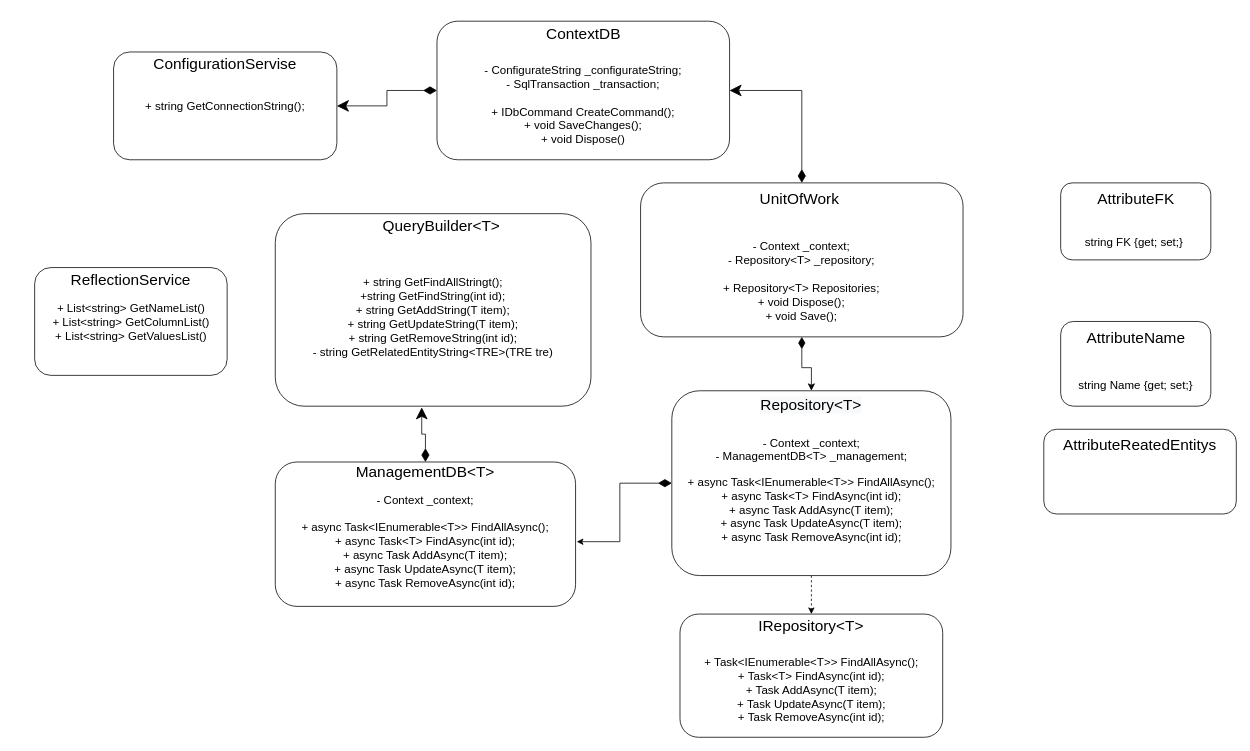
This is page "Page-1" (1 of 3) of Untitled Diagram.drawio from kra5alllez/website, a draw.io file, before an edit. Source tidied: cells renumbered, new cells numbered last; positions are measured from the earlier drawing's top-left corner, leaving out a move shared by most shapes. Both pictures are drawn from the tidied source at 77%, with x=0, y=0 at pixel (35, 13).
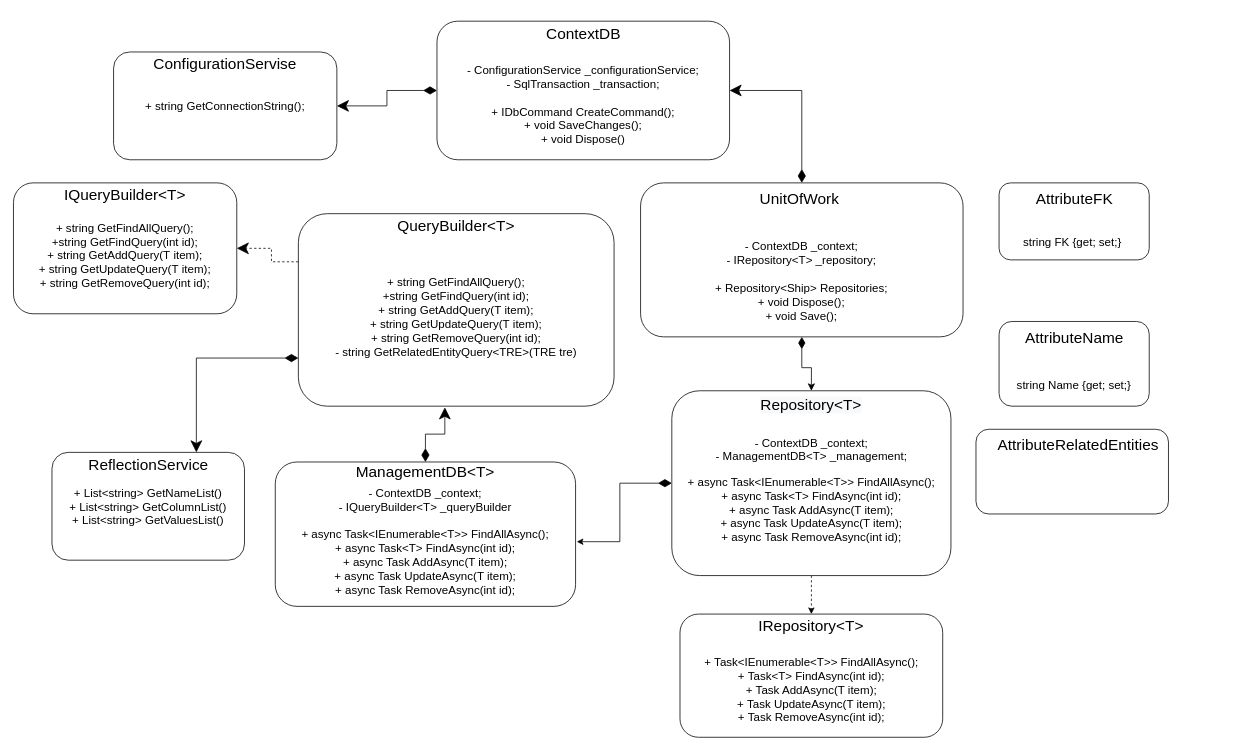
After the change.

The edit, as a diff of the source:
```diff
@@
-    <mxCell id="4" value="&lt;font style=&quot;font-size: 15px&quot;&gt;&lt;font style=&quot;font-size: 15px&quot;&gt;&lt;br&gt;&lt;br&gt;&lt;br&gt;- Context _context;&lt;br&gt;- Repository&amp;lt;T&amp;gt; _repository;&lt;br&gt;&lt;/font&gt;&lt;font style=&quot;font-size: 15px&quot;&gt;&lt;br&gt;+ Repository&amp;lt;T&amp;gt; Repositories;&lt;br&gt;&lt;/font&gt;&lt;/font&gt;&lt;span style=&quot;font-size: 15px&quot;&gt;+ void Dispose();&lt;br&gt;+ void Save();&lt;br&gt;&lt;/span&gt;" style="rounded=1;whiteSpace=wrap;html=1;" parent="1" vertex="1">
+    <mxCell id="4" value="&lt;font style=&quot;font-size: 15px&quot;&gt;&lt;font style=&quot;font-size: 15px&quot;&gt;&lt;br&gt;&lt;br&gt;&lt;br&gt;- ContextDB _context;&lt;br&gt;- IRepository&amp;lt;T&amp;gt; _repository;&lt;br&gt;&lt;/font&gt;&lt;font style=&quot;font-size: 15px&quot;&gt;&lt;br&gt;+ Repository&amp;lt;Ship&amp;gt; Repositories;&lt;br&gt;&lt;/font&gt;&lt;/font&gt;&lt;span style=&quot;font-size: 15px&quot;&gt;+ void Dispose();&lt;br&gt;+ void Save();&lt;br&gt;&lt;/span&gt;" style="rounded=1;whiteSpace=wrap;html=1;" parent="1" vertex="1">
       <mxGeometry x="786.4" y="220" width="418.8" height="200" as="geometry" />
     </mxCell>
@@
+    <mxCell id="30" style="edgeStyle=orthogonalEdgeStyle;rounded=0;jettySize=auto;html=1;exitX=0;exitY=0.75;exitDx=0;exitDy=0;entryX=0.75;entryY=0;entryDx=0;entryDy=0;startArrow=diamondThin;startFill=1;endArrow=classic;endFill=1;startSize=15;endSize=13;" parent="1" edge="1" source="8" target="23">
+      <mxGeometry relative="1" as="geometry" />
+    </mxCell>
+    <mxCell id="31" style="edgeStyle=orthogonalEdgeStyle;rounded=0;jettySize=auto;html=1;exitX=0;exitY=0.25;exitDx=0;exitDy=0;entryX=1;entryY=0.5;entryDx=0;entryDy=0;startArrow=none;startFill=0;endArrow=classic;endFill=1;startSize=15;endSize=13;dashed=1;" parent="1" edge="1" source="8" target="32">
+      <mxGeometry relative="1" as="geometry" />
+    </mxCell>
-    <mxCell id="8" value="&lt;span style=&quot;font-size: 15px&quot;&gt;&lt;br&gt;+ string GetFindAllStringt();&lt;/span&gt;&lt;br style=&quot;font-size: 15px&quot;&gt;&lt;span style=&quot;font-size: 15px&quot;&gt;+string&lt;/span&gt;&lt;span style=&quot;font-size: 15px&quot;&gt;&amp;nbsp;GetFindString(int id);&lt;/span&gt;&lt;br style=&quot;font-size: 15px&quot;&gt;&lt;span style=&quot;font-size: 15px&quot;&gt;+ string GetAddString(&lt;/span&gt;&lt;span style=&quot;font-size: 15px&quot;&gt;T&lt;/span&gt;&lt;span style=&quot;font-size: 15px&quot;&gt;&amp;nbsp;item);&lt;/span&gt;&lt;br style=&quot;font-size: 15px&quot;&gt;&lt;span style=&quot;font-size: 15px&quot;&gt;+ string GetUpdateString(&lt;/span&gt;&lt;span style=&quot;font-size: 15px&quot;&gt;T&lt;/span&gt;&lt;span style=&quot;font-size: 15px&quot;&gt;&amp;nbsp;item);&lt;/span&gt;&lt;br style=&quot;font-size: 15px&quot;&gt;&lt;span style=&quot;font-size: 15px&quot;&gt;+ string GetRemoveString(int id);&lt;br&gt;- string GetRelatedEntityString&amp;lt;TRE&amp;gt;(TRE tre&lt;/span&gt;&lt;span style=&quot;font-size: 15px&quot;&gt;)&lt;br&gt;&lt;/span&gt;" style="rounded=1;whiteSpace=wrap;html=1;" parent="1" vertex="1">
-      <mxGeometry x="312" y="260" width="410" height="250" as="geometry" />
+    <mxCell id="8" value="&lt;span style=&quot;font-size: 15px&quot;&gt;&lt;br&gt;+ string GetFindAllQuery();&lt;/span&gt;&lt;br style=&quot;font-size: 15px&quot;&gt;&lt;span style=&quot;font-size: 15px&quot;&gt;+string&lt;/span&gt;&lt;span style=&quot;font-size: 15px&quot;&gt;&amp;nbsp;GetFind&lt;/span&gt;&lt;span style=&quot;font-size: 15px&quot;&gt;Query&lt;/span&gt;&lt;span style=&quot;font-size: 15px&quot;&gt;(int id);&lt;/span&gt;&lt;br style=&quot;font-size: 15px&quot;&gt;&lt;span style=&quot;font-size: 15px&quot;&gt;+ string GetAdd&lt;/span&gt;&lt;span style=&quot;font-size: 15px&quot;&gt;Query&lt;/span&gt;&lt;span style=&quot;font-size: 15px&quot;&gt;(&lt;/span&gt;&lt;span style=&quot;font-size: 15px&quot;&gt;T&lt;/span&gt;&lt;span style=&quot;font-size: 15px&quot;&gt;&amp;nbsp;item);&lt;/span&gt;&lt;br style=&quot;font-size: 15px&quot;&gt;&lt;span style=&quot;font-size: 15px&quot;&gt;+ string GetUpdate&lt;/span&gt;&lt;span style=&quot;font-size: 15px&quot;&gt;Query&lt;/span&gt;&lt;span style=&quot;font-size: 15px&quot;&gt;(&lt;/span&gt;&lt;span style=&quot;font-size: 15px&quot;&gt;T&lt;/span&gt;&lt;span style=&quot;font-size: 15px&quot;&gt;&amp;nbsp;item);&lt;/span&gt;&lt;br style=&quot;font-size: 15px&quot;&gt;&lt;span style=&quot;font-size: 15px&quot;&gt;+ string GetRemove&lt;/span&gt;&lt;span style=&quot;font-size: 15px&quot;&gt;Query&lt;/span&gt;&lt;span style=&quot;font-size: 15px&quot;&gt;(int id);&lt;br&gt;- string GetRelatedEntity&lt;/span&gt;&lt;span style=&quot;font-size: 15px&quot;&gt;Query&lt;/span&gt;&lt;span style=&quot;font-size: 15px&quot;&gt;&amp;lt;TRE&amp;gt;(TRE tre&lt;/span&gt;&lt;span style=&quot;font-size: 15px&quot;&gt;)&lt;br&gt;&lt;/span&gt;" style="rounded=1;whiteSpace=wrap;html=1;" parent="1" vertex="1">
+      <mxGeometry x="342" y="260" width="410" height="250" as="geometry" />
     </mxCell>
@@
-    <mxCell id="10" value="&lt;span style=&quot;font-size: 15px&quot;&gt;&lt;br&gt;- Context _context;&lt;br&gt;&lt;/span&gt;&lt;span style=&quot;font-size: 15px&quot;&gt;&lt;br&gt;+&amp;nbsp;&lt;/span&gt;&lt;span style=&quot;font-size: 15px&quot;&gt;async Task&amp;lt;IEnumerable&amp;lt;T&amp;gt;&amp;gt; FindAllAsync();&lt;/span&gt;&lt;span style=&quot;font-size: 15px&quot;&gt;&lt;br&gt;&lt;/span&gt;&lt;font&gt;&lt;span style=&quot;font-size: 15px&quot;&gt;+&amp;nbsp;&lt;/span&gt;&lt;span style=&quot;font-size: 15px&quot;&gt;async Task&amp;lt;T&amp;gt; FindAsync(int id);&lt;/span&gt;&lt;span style=&quot;font-size: 15px&quot;&gt;&lt;br&gt;&lt;/span&gt;&lt;span style=&quot;font-size: 15px&quot;&gt;+&amp;nbsp;&lt;/span&gt;&lt;span style=&quot;font-size: 15px&quot;&gt;async Task AddAsync(T item);&lt;/span&gt;&lt;span style=&quot;font-size: 15px&quot;&gt;&lt;br&gt;&lt;/span&gt;&lt;span style=&quot;font-size: 15px&quot;&gt;+&amp;nbsp;&lt;/span&gt;&lt;span style=&quot;font-size: 15px&quot;&gt;async Task UpdateAsync(T item);&lt;/span&gt;&lt;span style=&quot;font-size: 15px&quot;&gt;&lt;br&gt;&lt;/span&gt;&lt;span style=&quot;font-size: 15px&quot;&gt;+&amp;nbsp;&lt;/span&gt;&lt;span style=&quot;font-size: 15px&quot;&gt;async Task RemoveAsync(int id);&lt;/span&gt;&lt;span style=&quot;font-size: 15px&quot;&gt;&lt;br&gt;&lt;/span&gt;&lt;/font&gt;" style="rounded=1;whiteSpace=wrap;html=1;" parent="1" vertex="1">
+    <mxCell id="10" value="&lt;font style=&quot;font-size: 15px&quot;&gt;&lt;br&gt;- ContextDB _context;&lt;br&gt;- IQueryBuilder&amp;lt;T&amp;gt; _queryBuilder&lt;br&gt;&lt;br&gt;+&amp;nbsp;async Task&amp;lt;IEnumerable&amp;lt;T&amp;gt;&amp;gt; FindAllAsync();&lt;br&gt;&lt;/font&gt;&lt;font style=&quot;font-size: 15px&quot;&gt;&lt;font style=&quot;font-size: 15px&quot;&gt;+&amp;nbsp;async Task&amp;lt;T&amp;gt; FindAsync(int id);&lt;br&gt;+&amp;nbsp;async Task AddAsync(T item);&lt;br&gt;+&amp;nbsp;async Task UpdateAsync(T item);&lt;br&gt;+&amp;nbsp;async Task RemoveAsync(int id);&lt;/font&gt;&lt;span style=&quot;font-size: 15px&quot;&gt;&lt;br&gt;&lt;/span&gt;&lt;/font&gt;" style="rounded=1;whiteSpace=wrap;html=1;" parent="1" vertex="1">
       <mxGeometry x="312" y="582.5" width="390" height="187.5" as="geometry" />
     </mxCell>
@@
-    <mxCell id="13" value="&lt;div&gt;&lt;span style=&quot;font-size: 15px&quot;&gt;&lt;br&gt;&lt;/span&gt;&lt;/div&gt;&lt;div&gt;&lt;span style=&quot;font-size: 15px&quot;&gt;- Context _context;&lt;/span&gt;&lt;span style=&quot;font-size: 15px&quot;&gt;&lt;br&gt;&lt;/span&gt;&lt;/div&gt;&lt;div&gt;&lt;span style=&quot;font-size: 15px&quot;&gt;- ManagementDB&amp;lt;T&amp;gt; _management;&lt;/span&gt;&lt;/div&gt;&lt;div&gt;&lt;br&gt;&lt;/div&gt;&lt;div&gt;&lt;span style=&quot;font-size: 15px&quot;&gt;+ async Task&amp;lt;IEnumerable&amp;lt;T&amp;gt;&amp;gt; FindAllAsync();&lt;/span&gt;&lt;/div&gt;&lt;div style=&quot;font-size: 15px&quot;&gt;+ async Task&amp;lt;T&amp;gt; FindAsync(int id);&lt;/div&gt;&lt;span style=&quot;font-size: 15px&quot;&gt;+&amp;nbsp;&lt;/span&gt;&lt;span style=&quot;font-size: 15px&quot;&gt;async Task AddAsync(T item);&lt;/span&gt;&lt;span style=&quot;font-size: 15px&quot;&gt;&lt;br&gt;&lt;/span&gt;&lt;span style=&quot;font-size: 15px&quot;&gt;+&amp;nbsp;&lt;/span&gt;&lt;span style=&quot;font-size: 15px&quot;&gt;async Task UpdateAsync(T item);&lt;/span&gt;&lt;span style=&quot;font-size: 15px&quot;&gt;&lt;br&gt;&lt;/span&gt;&lt;span style=&quot;font-size: 15px&quot;&gt;+&amp;nbsp;&lt;/span&gt;&lt;span style=&quot;font-size: 15px&quot;&gt;async Task RemoveAsync(int id);&lt;/span&gt;&lt;span style=&quot;font-size: 15px&quot;&gt;&lt;br&gt;&lt;/span&gt;" style="rounded=1;whiteSpace=wrap;html=1;" parent="1" vertex="1">
+    <mxCell id="13" value="&lt;div&gt;&lt;span style=&quot;font-size: 15px&quot;&gt;&lt;br&gt;&lt;/span&gt;&lt;/div&gt;&lt;div&gt;&lt;span style=&quot;font-size: 15px&quot;&gt;- ContextDB _context;&lt;/span&gt;&lt;span style=&quot;font-size: 15px&quot;&gt;&lt;br&gt;&lt;/span&gt;&lt;/div&gt;&lt;div&gt;&lt;span style=&quot;font-size: 15px&quot;&gt;- ManagementDB&amp;lt;T&amp;gt; _management;&lt;/span&gt;&lt;/div&gt;&lt;div&gt;&lt;br&gt;&lt;/div&gt;&lt;div&gt;&lt;span style=&quot;font-size: 15px&quot;&gt;+ async Task&amp;lt;IEnumerable&amp;lt;T&amp;gt;&amp;gt; FindAllAsync();&lt;/span&gt;&lt;/div&gt;&lt;div style=&quot;font-size: 15px&quot;&gt;+ async Task&amp;lt;T&amp;gt; FindAsync(int id);&lt;/div&gt;&lt;span style=&quot;font-size: 15px&quot;&gt;+&amp;nbsp;&lt;/span&gt;&lt;span style=&quot;font-size: 15px&quot;&gt;async Task AddAsync(T item);&lt;/span&gt;&lt;span style=&quot;font-size: 15px&quot;&gt;&lt;br&gt;&lt;/span&gt;&lt;span style=&quot;font-size: 15px&quot;&gt;+&amp;nbsp;&lt;/span&gt;&lt;span style=&quot;font-size: 15px&quot;&gt;async Task UpdateAsync(T item);&lt;/span&gt;&lt;span style=&quot;font-size: 15px&quot;&gt;&lt;br&gt;&lt;/span&gt;&lt;span style=&quot;font-size: 15px&quot;&gt;+&amp;nbsp;&lt;/span&gt;&lt;span style=&quot;font-size: 15px&quot;&gt;async Task RemoveAsync(int id);&lt;/span&gt;&lt;span style=&quot;font-size: 15px&quot;&gt;&lt;br&gt;&lt;/span&gt;" style="rounded=1;whiteSpace=wrap;html=1;" parent="1" vertex="1">
       <mxGeometry x="827" y="490" width="362.5" height="240" as="geometry" />
     </mxCell>
@@
     <mxCell id="15" value="&lt;font style=&quot;font-size: 20px&quot;&gt;QueryBuilder&amp;lt;T&amp;gt;&lt;/font&gt;" style="text;html=1;strokeColor=none;fillColor=none;align=center;verticalAlign=middle;whiteSpace=wrap;rounded=0;" parent="1" vertex="1">
-      <mxGeometry x="443.2" y="260" width="170" height="30" as="geometry" />
+      <mxGeometry x="462" y="260" width="170" height="30" as="geometry" />
     </mxCell>
@@
     <mxCell id="17" value="&lt;font style=&quot;font-size: 15px&quot;&gt;&lt;br&gt;&lt;br&gt;&lt;br&gt;string FK {get; set;}&amp;nbsp;&lt;br&gt;&lt;/font&gt;" style="rounded=1;whiteSpace=wrap;html=1;" parent="1" vertex="1">
-      <mxGeometry x="1332" y="220" width="195" height="100" as="geometry" />
+      <mxGeometry x="1252" y="220" width="195" height="100" as="geometry" />
     </mxCell>
     <mxCell id="18" value="&lt;font style=&quot;font-size: 20px&quot;&gt;AttributeFK&lt;/font&gt;" style="text;html=1;strokeColor=none;fillColor=none;align=center;verticalAlign=middle;whiteSpace=wrap;rounded=0;" parent="1" vertex="1">
-      <mxGeometry x="1369.5" y="220" width="120" height="40" as="geometry" />
+      <mxGeometry x="1289.5" y="220" width="120" height="40" as="geometry" />
     </mxCell>
     <mxCell id="19" value="&lt;font style=&quot;font-size: 15px&quot;&gt;&lt;br&gt;&lt;br&gt;&lt;br&gt;&lt;br&gt;string Name {get; set;}&lt;br&gt;&lt;br&gt;&lt;/font&gt;" style="rounded=1;whiteSpace=wrap;html=1;" parent="1" vertex="1">
-      <mxGeometry x="1332" y="400" width="195" height="110" as="geometry" />
+      <mxGeometry x="1252" y="400" width="195" height="110" as="geometry" />
     </mxCell>
     <mxCell id="20" value="&lt;font style=&quot;font-size: 20px&quot;&gt;AttributeName&lt;/font&gt;" style="text;html=1;strokeColor=none;fillColor=none;align=center;verticalAlign=middle;whiteSpace=wrap;rounded=0;" parent="1" vertex="1">
-      <mxGeometry x="1369.5" y="400" width="120" height="40" as="geometry" />
+      <mxGeometry x="1289.5" y="400" width="120" height="40" as="geometry" />
     </mxCell>
@@
     <mxCell id="23" value="&lt;font style=&quot;font-size: 15px&quot;&gt;+ List&amp;lt;string&amp;gt;&amp;nbsp;GetNameList()&lt;br&gt;+ List&amp;lt;string&amp;gt;&amp;nbsp;GetColumnList()&lt;br&gt;+ List&amp;lt;string&amp;gt; GetValuesList()&lt;/font&gt;" style="rounded=1;whiteSpace=wrap;html=1;" parent="1" vertex="1">
-      <mxGeometry x="-0.5" y="330" width="250" height="140" as="geometry" />
+      <mxGeometry x="22" y="570" width="250" height="140" as="geometry" />
     </mxCell>
     <mxCell id="24" value="&lt;font style=&quot;font-size: 20px&quot;&gt;ReflectionService&lt;/font&gt;" style="text;html=1;strokeColor=none;fillColor=none;align=center;verticalAlign=middle;whiteSpace=wrap;rounded=0;" parent="1" vertex="1">
-      <mxGeometry x="32" y="330" width="185" height="30" as="geometry" />
+      <mxGeometry x="54.5" y="570" width="185" height="30" as="geometry" />
     </mxCell>
@@
-    <mxCell id="26" value="&lt;font style=&quot;font-size: 15px&quot;&gt;&lt;br&gt;&lt;br&gt;&lt;br&gt;- ConfigurateString&amp;nbsp;_configurateString;&lt;br&gt;- SqlTransaction _transaction;&lt;br&gt;&lt;br&gt;+ IDbCommand CreateCommand();&lt;br&gt;+ void SaveChanges();&lt;br&gt;+ void Dispose()&lt;br&gt;&lt;br&gt;&lt;/font&gt;" style="rounded=1;whiteSpace=wrap;html=1;" parent="1" vertex="1">
+    <mxCell id="26" value="&lt;font style=&quot;font-size: 15px&quot;&gt;&lt;br&gt;&lt;br&gt;&lt;br&gt;- ConfigurationService _configurationService;&lt;br&gt;- SqlTransaction _transaction;&lt;br&gt;&lt;br&gt;+ IDbCommand CreateCommand();&lt;br&gt;+ void SaveChanges();&lt;br&gt;+ void Dispose()&lt;br&gt;&lt;br&gt;&lt;/font&gt;" style="rounded=1;whiteSpace=wrap;html=1;" parent="1" vertex="1">
       <mxGeometry x="522" y="10" width="380" height="180" as="geometry" />
     </mxCell>
@@
     <mxCell id="28" value="&lt;font style=&quot;font-size: 15px&quot;&gt;&lt;br&gt;&lt;/font&gt;" style="rounded=1;whiteSpace=wrap;html=1;" parent="1" vertex="1">
-      <mxGeometry x="1310.1" y="540" width="250" height="110" as="geometry" />
+      <mxGeometry x="1222" y="540" width="250" height="110" as="geometry" />
     </mxCell>
-    <mxCell id="29" value="&lt;font style=&quot;font-size: 20px&quot;&gt;AttributeReatedEntitys&lt;/font&gt;" style="text;html=1;strokeColor=none;fillColor=none;align=center;verticalAlign=middle;whiteSpace=wrap;rounded=0;" parent="1" vertex="1">
-      <mxGeometry x="1332" y="540" width="206.2" height="40" as="geometry" />
+    <mxCell id="29" value="&lt;font style=&quot;font-size: 20px&quot;&gt;AttributeRelatedEntities&lt;/font&gt;" style="text;html=1;strokeColor=none;fillColor=none;align=center;verticalAlign=middle;whiteSpace=wrap;rounded=0;" parent="1" vertex="1">
+      <mxGeometry x="1252" y="540" width="206.2" height="40" as="geometry" />
     </mxCell>
+    <mxCell id="32" value="&lt;span style=&quot;font-size: 15px&quot;&gt;&lt;br&gt;+ string GetFindAllQuery();&lt;/span&gt;&lt;br style=&quot;font-size: 15px&quot;&gt;&lt;span style=&quot;font-size: 15px&quot;&gt;+string&lt;/span&gt;&lt;span style=&quot;font-size: 15px&quot;&gt;&amp;nbsp;GetFind&lt;/span&gt;&lt;span style=&quot;font-size: 15px&quot;&gt;Query&lt;/span&gt;&lt;span style=&quot;font-size: 15px&quot;&gt;(int id);&lt;/span&gt;&lt;br style=&quot;font-size: 15px&quot;&gt;&lt;span style=&quot;font-size: 15px&quot;&gt;+ string GetAdd&lt;/span&gt;&lt;span style=&quot;font-size: 15px&quot;&gt;Query&lt;/span&gt;&lt;span style=&quot;font-size: 15px&quot;&gt;(&lt;/span&gt;&lt;span style=&quot;font-size: 15px&quot;&gt;T&lt;/span&gt;&lt;span style=&quot;font-size: 15px&quot;&gt;&amp;nbsp;item);&lt;/span&gt;&lt;br style=&quot;font-size: 15px&quot;&gt;&lt;span style=&quot;font-size: 15px&quot;&gt;+ string GetUpdate&lt;/span&gt;&lt;span style=&quot;font-size: 15px&quot;&gt;Query&lt;/span&gt;&lt;span style=&quot;font-size: 15px&quot;&gt;(&lt;/span&gt;&lt;span style=&quot;font-size: 15px&quot;&gt;T&lt;/span&gt;&lt;span style=&quot;font-size: 15px&quot;&gt;&amp;nbsp;item);&lt;/span&gt;&lt;br style=&quot;font-size: 15px&quot;&gt;&lt;span style=&quot;font-size: 15px&quot;&gt;+ string GetRemove&lt;/span&gt;&lt;span style=&quot;font-size: 15px&quot;&gt;Query&lt;/span&gt;&lt;span style=&quot;font-size: 15px&quot;&gt;(int id);&lt;/span&gt;&lt;span style=&quot;font-size: 15px&quot;&gt;&lt;br&gt;&lt;/span&gt;" style="rounded=1;whiteSpace=wrap;html=1;" parent="1" vertex="1">
+      <mxGeometry x="-28" y="220" width="290" height="170" as="geometry" />
+    </mxCell>
+    <mxCell id="33" value="&lt;font style=&quot;font-size: 20px&quot;&gt;IQueryBuilder&amp;lt;T&amp;gt;&lt;/font&gt;" style="text;html=1;strokeColor=none;fillColor=none;align=center;verticalAlign=middle;whiteSpace=wrap;rounded=0;" parent="1" vertex="1">
+      <mxGeometry x="32" y="220" width="170" height="30" as="geometry" />
+    </mxCell>
```
